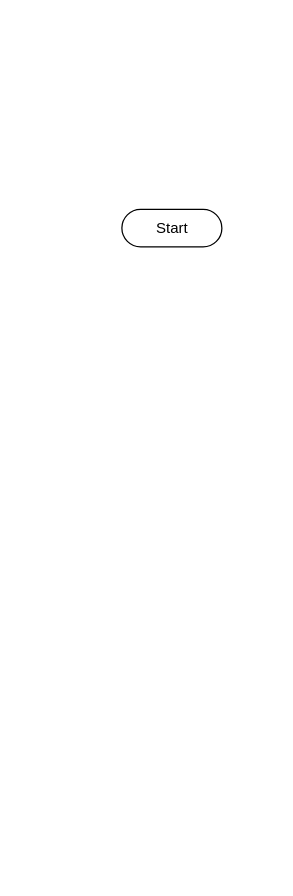
This is Untitled Diagram.drawio from troders34/troders34, a draw.io file, before an edit. Source tidied: cells renumbered, new cells numbered last; positions are measured from the earlier drawing's top-left corner, leaving out a move shared by most shapes. Both pictures are drawn from the tidied source at 125%, with x=0, y=0 at pixel (121, 209).
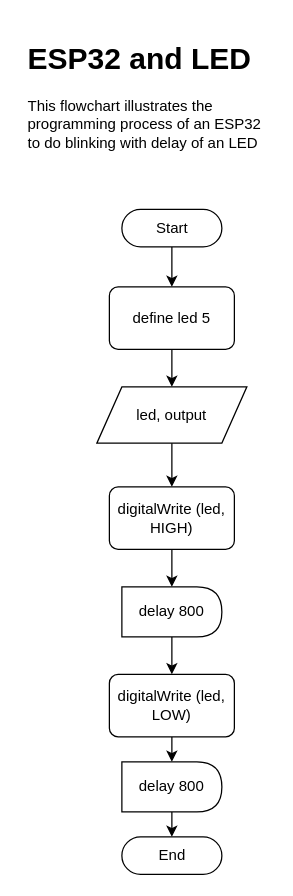
The same page after the edit.

Diff of the diagram source:
```diff
@@
 <mxGraphModel>
   <root>
     <mxCell id="0" />
     <mxCell id="1" parent="0" />
     <mxCell id="2" value="Start" style="html=1;dashed=0;whitespace=wrap;shape=mxgraph.dfd.start;" parent="1" vertex="1">
       <mxGeometry width="80" height="30" as="geometry" />
     </mxCell>
+    <mxCell id="3" value="End" style="html=1;dashed=0;whitespace=wrap;shape=mxgraph.dfd.start;" parent="1" vertex="1">
+      <mxGeometry y="502" width="80" height="30" as="geometry" />
+    </mxCell>
+    <mxCell id="4" value="led, output" style="shape=parallelogram;perimeter=parallelogramPerimeter;whiteSpace=wrap;html=1;fixedSize=1;" parent="1" vertex="1">
+      <mxGeometry x="-20" y="142" width="120" height="45" as="geometry" />
+    </mxCell>
+    <mxCell id="5" value="define led 5" style="rounded=1;whiteSpace=wrap;html=1;absoluteArcSize=1;arcSize=14;strokeWidth=1;" parent="1" vertex="1">
+      <mxGeometry x="-10" y="62" width="100" height="50" as="geometry" />
+    </mxCell>
+    <mxCell id="6" value="digitalWrite (led, HIGH)" style="rounded=1;whiteSpace=wrap;html=1;absoluteArcSize=1;arcSize=14;strokeWidth=1;" parent="1" vertex="1">
+      <mxGeometry x="-10" y="222" width="100" height="50" as="geometry" />
+    </mxCell>
+    <mxCell id="7" value="delay 800" style="shape=delay;whiteSpace=wrap;html=1;strokeWidth=1;" parent="1" vertex="1">
+      <mxGeometry y="302" width="80" height="40" as="geometry" />
+    </mxCell>
+    <mxCell id="8" value="digitalWrite (led, LOW)" style="rounded=1;whiteSpace=wrap;html=1;absoluteArcSize=1;arcSize=14;strokeWidth=1;" parent="1" vertex="1">
+      <mxGeometry x="-10" y="372" width="100" height="50" as="geometry" />
+    </mxCell>
+    <mxCell id="9" value="delay 800" style="shape=delay;whiteSpace=wrap;html=1;strokeWidth=1;" parent="1" vertex="1">
+      <mxGeometry y="442" width="80" height="40" as="geometry" />
+    </mxCell>
+    <mxCell id="10" style="endArrow=classic;html=1;rounded=0;entryX=0.5;entryY=0;entryDx=0;entryDy=0;exitX=0.5;exitY=0.5;exitDx=0;exitDy=15;exitPerimeter=0;" parent="1" edge="1" source="2" target="5">
+      <mxGeometry relative="1" as="geometry" />
+    </mxCell>
+    <mxCell id="11" style="endArrow=classic;html=1;rounded=0;exitX=0.5;exitY=1;exitDx=0;exitDy=0;entryX=0.5;entryY=0;entryDx=0;entryDy=0;" parent="1" edge="1" source="5" target="4">
+      <mxGeometry relative="1" as="geometry" />
+    </mxCell>
+    <mxCell id="12" style="endArrow=classic;html=1;rounded=0;exitX=0.5;exitY=1;exitDx=0;exitDy=0;entryX=0.5;entryY=0;entryDx=0;entryDy=0;" parent="1" edge="1" source="4" target="6">
+      <mxGeometry relative="1" as="geometry" />
+    </mxCell>
+    <mxCell id="13" style="endArrow=classic;html=1;rounded=0;exitX=0.5;exitY=1;exitDx=0;exitDy=0;entryX=0.5;entryY=0;entryDx=0;entryDy=0;" parent="1" edge="1" source="6" target="7">
+      <mxGeometry relative="1" as="geometry" />
+    </mxCell>
+    <mxCell id="14" style="endArrow=classic;html=1;rounded=0;exitX=0.5;exitY=1;exitDx=0;exitDy=0;entryX=0.5;entryY=0;entryDx=0;entryDy=0;" parent="1" edge="1" source="7" target="8">
+      <mxGeometry relative="1" as="geometry" />
+    </mxCell>
+    <mxCell id="15" style="endArrow=classic;html=1;rounded=0;exitX=0.5;exitY=1;exitDx=0;exitDy=0;entryX=0.5;entryY=0;entryDx=0;entryDy=0;" parent="1" edge="1" source="8" target="9">
+      <mxGeometry relative="1" as="geometry" />
+    </mxCell>
+    <mxCell id="16" style="endArrow=classic;html=1;rounded=0;exitX=0.5;exitY=1;exitDx=0;exitDy=0;entryX=0.5;entryY=0.5;entryDx=0;entryDy=-15;entryPerimeter=0;" parent="1" edge="1" source="9" target="3">
+      <mxGeometry relative="1" as="geometry" />
+    </mxCell>
+    <mxCell id="17" value="&lt;h1&gt;ESP32 and LED&lt;/h1&gt;&lt;p&gt;This flowchart illustrates the programming process of an ESP32 to do blinking with delay of an LED&lt;/p&gt;" style="text;html=1;strokeColor=none;fillColor=none;spacing=5;spacingTop=-20;whiteSpace=wrap;overflow=hidden;rounded=0;" parent="1" vertex="1">
+      <mxGeometry x="-80" y="-140" width="200" height="110" as="geometry" />
+    </mxCell>
   </root>
 </mxGraphModel>
```
